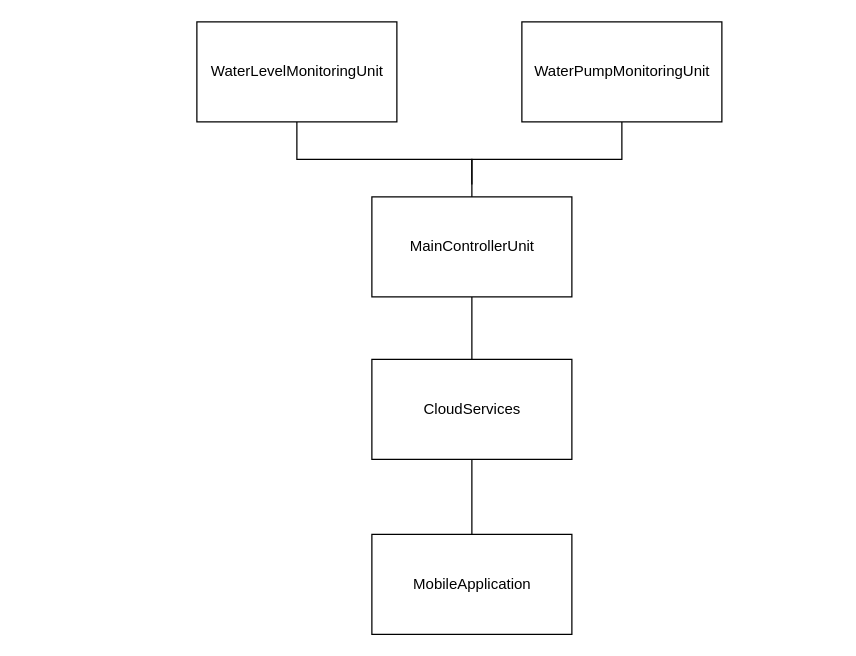
Above: notes/ArchitecturalDiagrams.drawio in aniruddhand/ciot-capstone (draw.io), before the change. Source tidied: cells renumbered, new cells numbered last; positions are measured from the earlier drawing's top-left corner, leaving out a move shared by most shapes. Both pictures are drawn from the tidied source at 125%, with x=0, y=0 at pixel (196, 21).
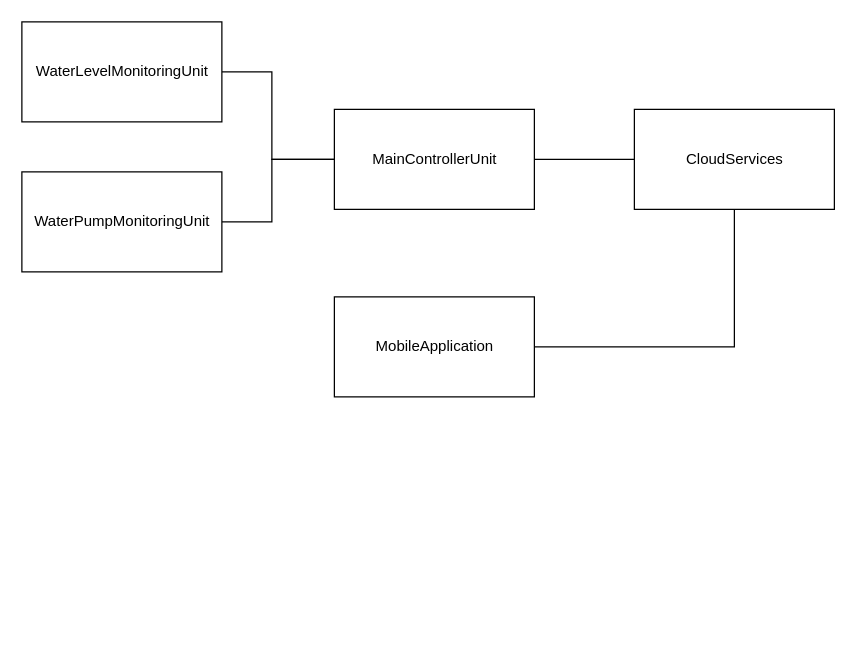
After the change.

Commit message:
Restructured the components

Change to the diagram source:
```diff
@@
 <mxGraphModel>
   <root>
     <mxCell id="0" />
     <mxCell id="1" parent="0" />
-    <mxCell id="2" style="edgeStyle=orthogonalEdgeStyle;rounded=0;jettySize=auto;html=1;entryX=0.5;entryY=0;entryDx=0;entryDy=0;endArrow=none;endFill=0;exitX=0.5;exitY=1;exitDx=0;exitDy=0;" parent="1" edge="1" source="3" target="5">
-      <mxGeometry relative="1" as="geometry" />
+    <mxCell id="2" style="edgeStyle=orthogonalEdgeStyle;rounded=0;jettySize=auto;html=1;entryX=0;entryY=0.5;entryDx=0;entryDy=0;endArrow=none;endFill=0;" parent="1" edge="1" source="3" target="5">
+      <mxGeometry relative="1" as="geometry">
+        <Array as="points">
+          <mxPoint x="60" y="40" />
+          <mxPoint x="60" y="110" />
+        </Array>
+      </mxGeometry>
     </mxCell>
     <mxCell id="3" value="WaterLevelMonitoringUnit" style="html=1;" parent="1" vertex="1">
-      <mxGeometry width="160" height="80" as="geometry" />
+      <mxGeometry x="-140" width="160" height="80" as="geometry" />
     </mxCell>
-    <mxCell id="4" style="edgeStyle=orthogonalEdgeStyle;rounded=0;jettySize=auto;html=1;entryX=0.5;entryY=0;entryDx=0;entryDy=0;endArrow=none;endFill=0;" parent="1" edge="1" source="5" target="6">
+    <mxCell id="4" style="edgeStyle=orthogonalEdgeStyle;rounded=0;jettySize=auto;html=1;exitX=1;exitY=0.5;exitDx=0;exitDy=0;entryX=0;entryY=0.5;entryDx=0;entryDy=0;endArrow=none;endFill=0;" parent="1" edge="1" source="5" target="6">
       <mxGeometry relative="1" as="geometry" />
     </mxCell>
     <mxCell id="5" value="MainControllerUnit" style="html=1;" parent="1" vertex="1">
-      <mxGeometry x="140" y="140" width="160" height="80" as="geometry" />
+      <mxGeometry x="110" y="70" width="160" height="80" as="geometry" />
     </mxCell>
     <mxCell id="6" value="CloudServices" style="html=1;" parent="1" vertex="1">
-      <mxGeometry x="140" y="270" width="160" height="80" as="geometry" />
+      <mxGeometry x="350" y="70" width="160" height="80" as="geometry" />
     </mxCell>
-    <mxCell id="7" style="edgeStyle=orthogonalEdgeStyle;rounded=0;jettySize=auto;html=1;entryX=0.5;entryY=1;entryDx=0;entryDy=0;endArrow=none;endFill=0;exitX=0.5;exitY=0;exitDx=0;exitDy=0;" parent="1" edge="1" source="8" target="6">
-      <mxGeometry relative="1" as="geometry">
-        <Array as="points">
-          <mxPoint x="220" y="410" />
-          <mxPoint x="220" y="410" />
-        </Array>
-      </mxGeometry>
+    <mxCell id="7" style="edgeStyle=orthogonalEdgeStyle;rounded=0;jettySize=auto;html=1;entryX=0.5;entryY=1;entryDx=0;entryDy=0;endArrow=none;endFill=0;" parent="1" edge="1" source="8" target="6">
+      <mxGeometry relative="1" as="geometry" />
     </mxCell>
     <mxCell id="8" value="MobileApplication" style="html=1;" parent="1" vertex="1">
-      <mxGeometry x="140" y="410" width="160" height="80" as="geometry" />
+      <mxGeometry x="110" y="220" width="160" height="80" as="geometry" />
     </mxCell>
-    <mxCell id="9" style="edgeStyle=orthogonalEdgeStyle;rounded=0;jettySize=auto;html=1;exitX=0.5;exitY=1;exitDx=0;exitDy=0;endArrow=none;endFill=0;" parent="1" edge="1" source="10">
-      <mxGeometry relative="1" as="geometry">
-        <mxPoint x="220" y="130" as="targetPoint" />
-        <Array as="points">
-          <mxPoint x="340" y="110" />
-          <mxPoint x="220" y="110" />
-        </Array>
-      </mxGeometry>
-    </mxCell>
+    <mxCell id="11" style="edgeStyle=orthogonalEdgeStyle;rounded=0;jettySize=auto;html=1;endArrow=none;endFill=0;" parent="1" edge="1" source="10">
+      <mxGeometry relative="1" as="geometry">
+        <mxPoint x="110" y="110" as="targetPoint" />
+        <Array as="points">
+          <mxPoint x="60" y="160" />
+          <mxPoint x="60" y="110" />
+        </Array>
+      </mxGeometry>
+    </mxCell>
     <mxCell id="10" value="WaterPumpMonitoringUnit" style="html=1;" parent="1" vertex="1">
-      <mxGeometry x="260" width="160" height="80" as="geometry" />
+      <mxGeometry x="-140" y="120" width="160" height="80" as="geometry" />
     </mxCell>
   </root>
 </mxGraphModel>
```
